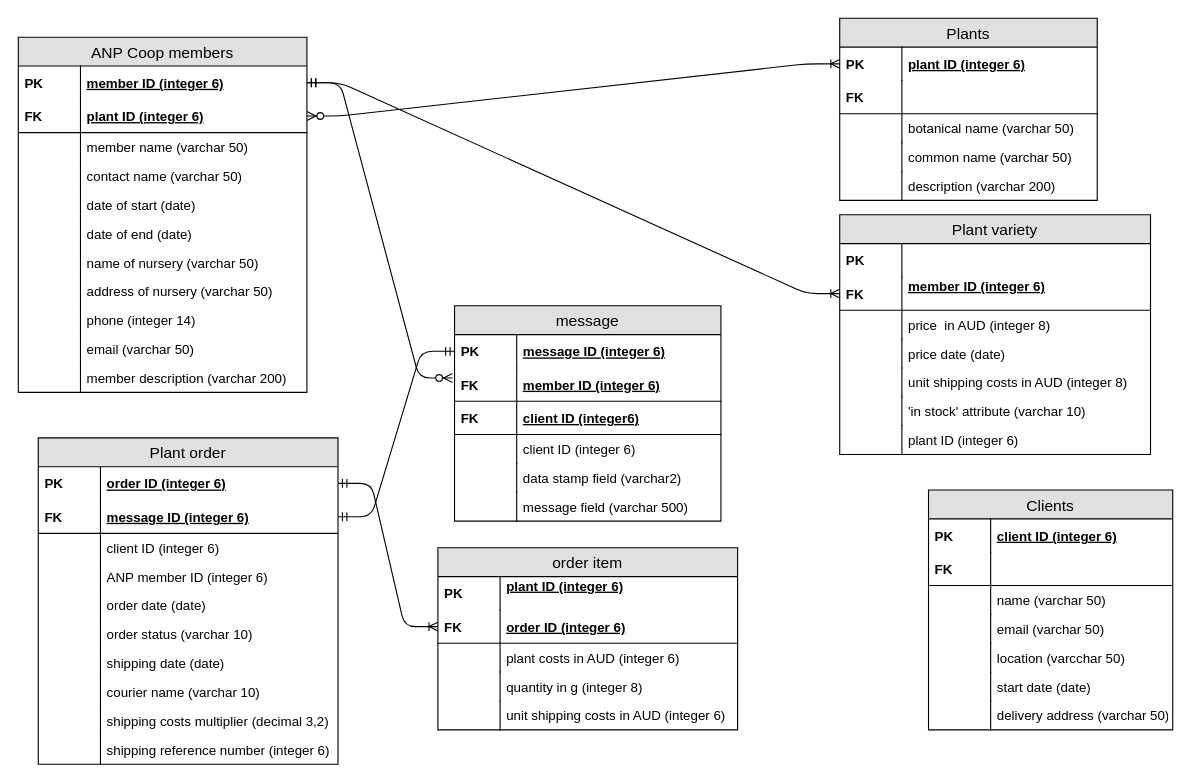
The draw.io diagram ICT211_Task2.drawio in usc-J-K200/MathGame, before the edit. Source tidied: cells renumbered, new cells numbered last; positions are measured from the earlier drawing's top-left corner, leaving out a move shared by most shapes. Both pictures are drawn from the tidied source at 111%, with x=0, y=0 at pixel (18, 18).
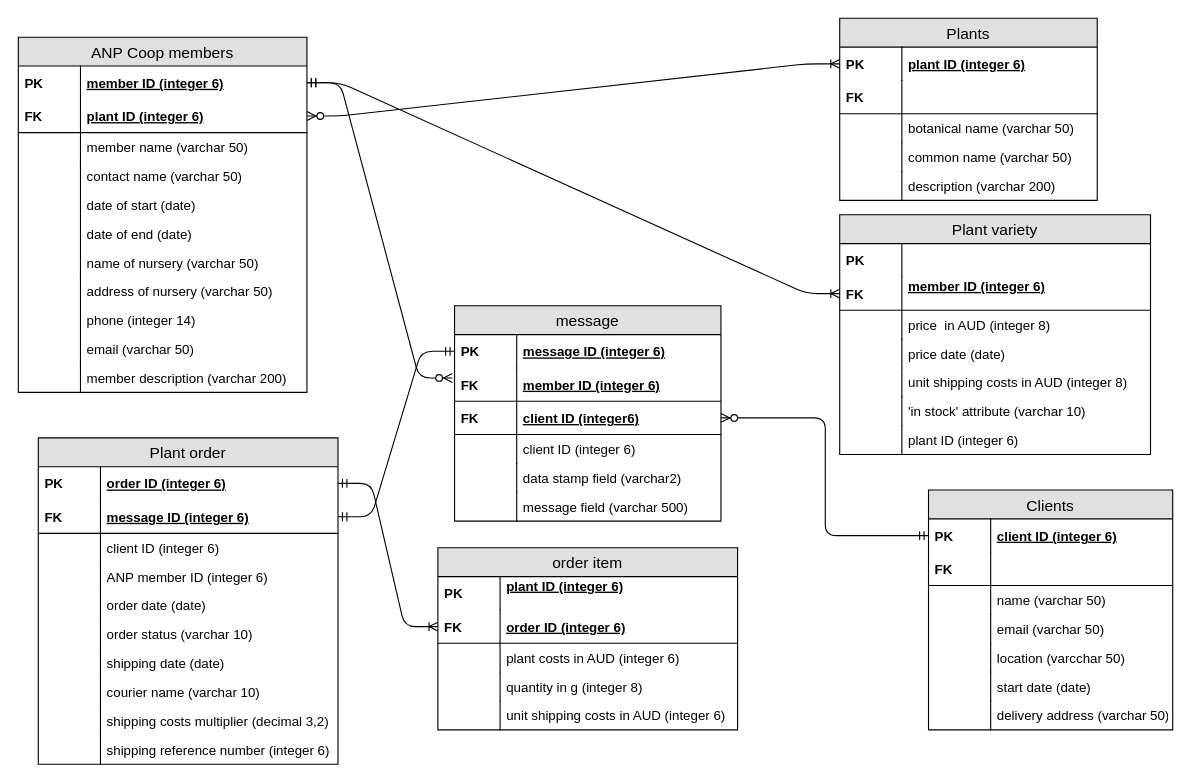
The same diagram, later.

The change refers to these unchanged cells:
```xml
<mxCell id="26" value="client ID (integer 6)" style="shape=partialRectangle;top=0;left=0;right=0;bottom=0;align=left;verticalAlign=middle;fillColor=none;spacingLeft=60;spacingRight=4;overflow=hidden;points=[[0,0.5],[1,0.5]];portConstraint=eastwest;fontStyle=5;fontSize=12;" parent="25" vertex="1">
  <mxGeometry y="26" width="220" height="30" as="geometry" />
</mxCell>
<mxCell id="103" value="client ID (integer6)" style="shape=partialRectangle;top=0;left=0;right=0;bottom=1;align=left;verticalAlign=middle;fillColor=none;spacingLeft=60;spacingRight=4;overflow=hidden;points=[[0,0.5],[1,0.5]];portConstraint=eastwest;fontStyle=5;fontSize=12;" parent="98" vertex="1">
  <mxGeometry y="86" width="240" height="30" as="geometry" />
</mxCell>
```

Diff of the diagram source:
```diff
@@
+    <mxCell id="116" style="edgeStyle=elbowEdgeStyle;fontSize=12;html=1;endArrow=ERzeroToMany;startArrow=ERmandOne;entryX=1;entryY=0.5;entryDx=0;entryDy=0;exitX=0;exitY=0.5;exitDx=0;exitDy=0;" parent="1" edge="1" source="26" target="103">
+      <mxGeometry relative="1" as="geometry" />
+    </mxCell>
```
